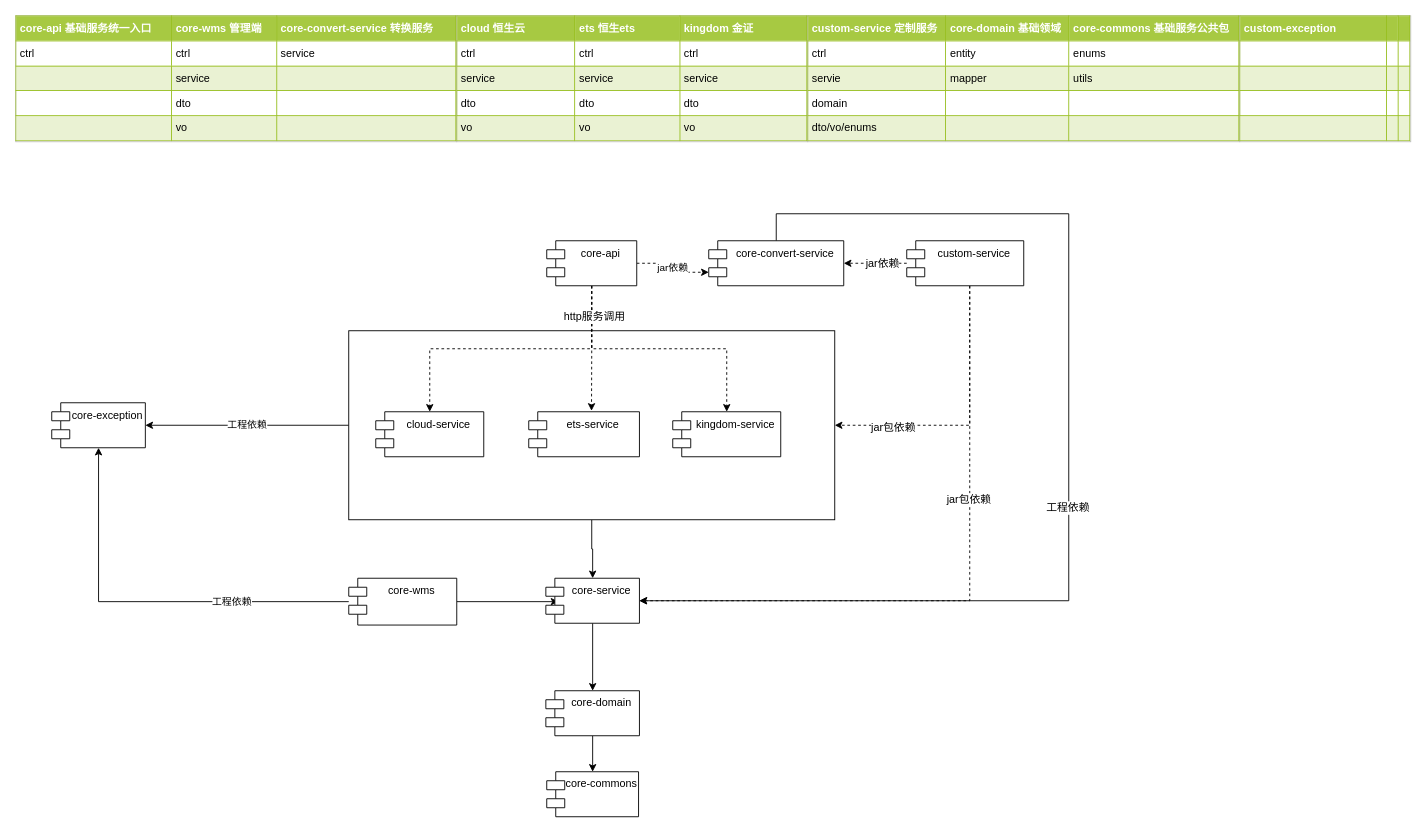
Before: 基金3.0包图.drawio in ammengke/my-drawio, a draw.io diagram. Source tidied: cells renumbered, new cells numbered last; positions are measured from the earlier drawing's top-left corner, leaving out a move shared by most shapes. Both pictures are drawn from the tidied source at 90%, with x=0, y=0 at pixel (15, 15).
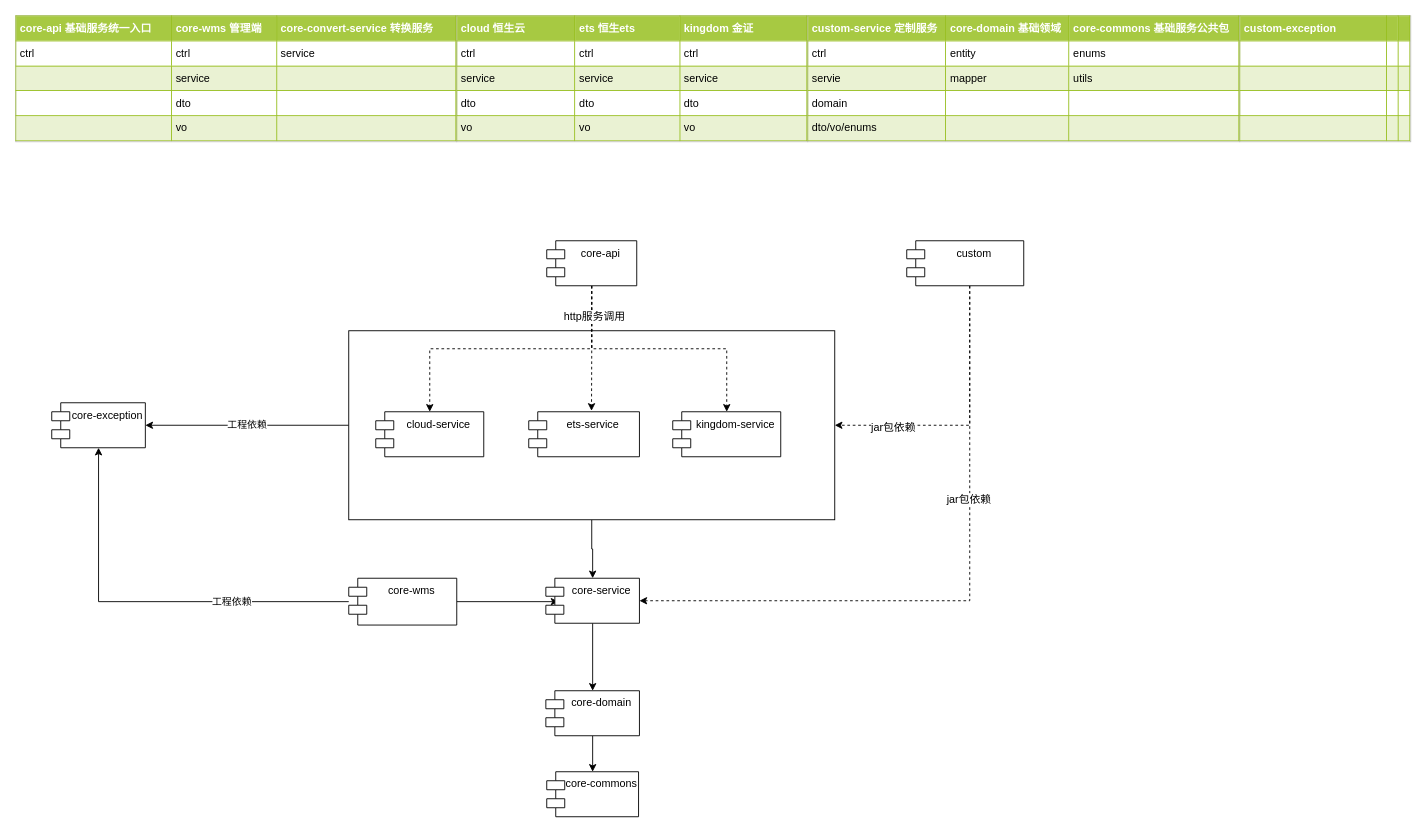
The same page after the edit.

The change refers to these unchanged cells:
```xml
<mxCell id="10" value="core-api" style="shape=module;align=left;spacingLeft=20;align=center;verticalAlign=top;" parent="1" vertex="1">
  <mxGeometry x="590" y="250" width="100" height="50" as="geometry" />
</mxCell>
<mxCell id="34" value="core-service" style="shape=module;align=left;spacingLeft=20;align=center;verticalAlign=top;" parent="1" vertex="1">
  <mxGeometry x="589" y="625" width="104" height="50" as="geometry" />
</mxCell>
```

Diff of the diagram source:
```diff
@@
-    <mxCell id="9" value="jar依赖" style="edgeStyle=orthogonalEdgeStyle;rounded=0;jettySize=auto;html=1;entryX=0;entryY=0;entryDx=0;entryDy=35;entryPerimeter=0;dashed=1;" parent="1" edge="1" source="10" target="16">
-      <mxGeometry relative="1" as="geometry" />
-    </mxCell>
@@
-    <mxCell id="14" style="edgeStyle=orthogonalEdgeStyle;rounded=0;jettySize=auto;html=1;entryX=1;entryY=0.5;entryDx=0;entryDy=0;" parent="1" edge="1" source="16" target="34">
-      <mxGeometry relative="1" as="geometry">
-        <Array as="points">
-          <mxPoint x="845" y="220" />
-          <mxPoint x="1170" y="220" />
-          <mxPoint x="1170" y="650" />
-        </Array>
-      </mxGeometry>
-    </mxCell>
-    <mxCell id="15" value="工程依赖" style="text;html=1;align=center;verticalAlign=middle;labelBackgroundColor=#ffffff;" parent="14" vertex="1">
-      <mxGeometry x="0.08" y="-2" relative="1" as="geometry" />
-    </mxCell>
-    <mxCell id="16" value="core-convert-service" style="shape=module;align=left;spacingLeft=20;align=center;verticalAlign=top;" parent="1" vertex="1">
-      <mxGeometry x="770" y="250" width="150" height="50" as="geometry" />
-    </mxCell>
@@
-    <mxCell id="21" style="edgeStyle=orthogonalEdgeStyle;rounded=0;jettySize=auto;html=1;dashed=1;" parent="1" edge="1" source="23" target="16">
-      <mxGeometry relative="1" as="geometry" />
-    </mxCell>
-    <mxCell id="22" value="jar依赖" style="text;html=1;align=center;verticalAlign=middle;labelBackgroundColor=#ffffff;" parent="21" vertex="1">
-      <mxGeometry x="-0.2" relative="1" as="geometry" />
-    </mxCell>
-    <mxCell id="23" value="custom-service" style="shape=module;align=left;spacingLeft=20;align=center;verticalAlign=top;" parent="1" vertex="1">
+    <mxCell id="23" value="custom" style="shape=module;align=left;spacingLeft=20;align=center;verticalAlign=top;" parent="1" vertex="1">
       <mxGeometry x="990" y="250" width="130" height="50" as="geometry" />
     </mxCell>
```
